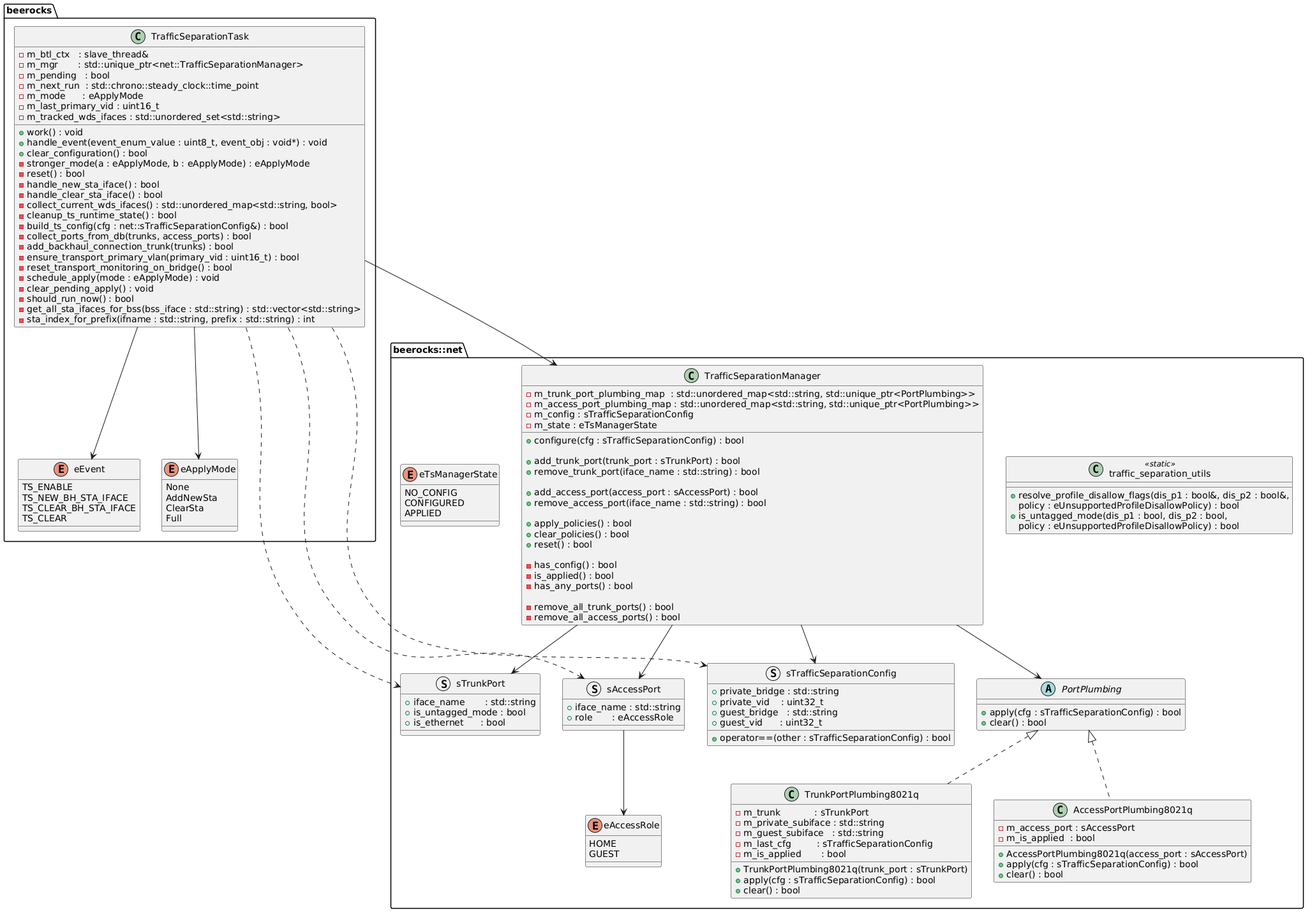
This is documentation/images/plantuml/agent/traffic_separation/ts_ClassD.png from CodeLinaro-mirror/qsdk_oss_prpl-foundation_prplmesh_prplMesh, a PlantUML export, as it was before one commit.
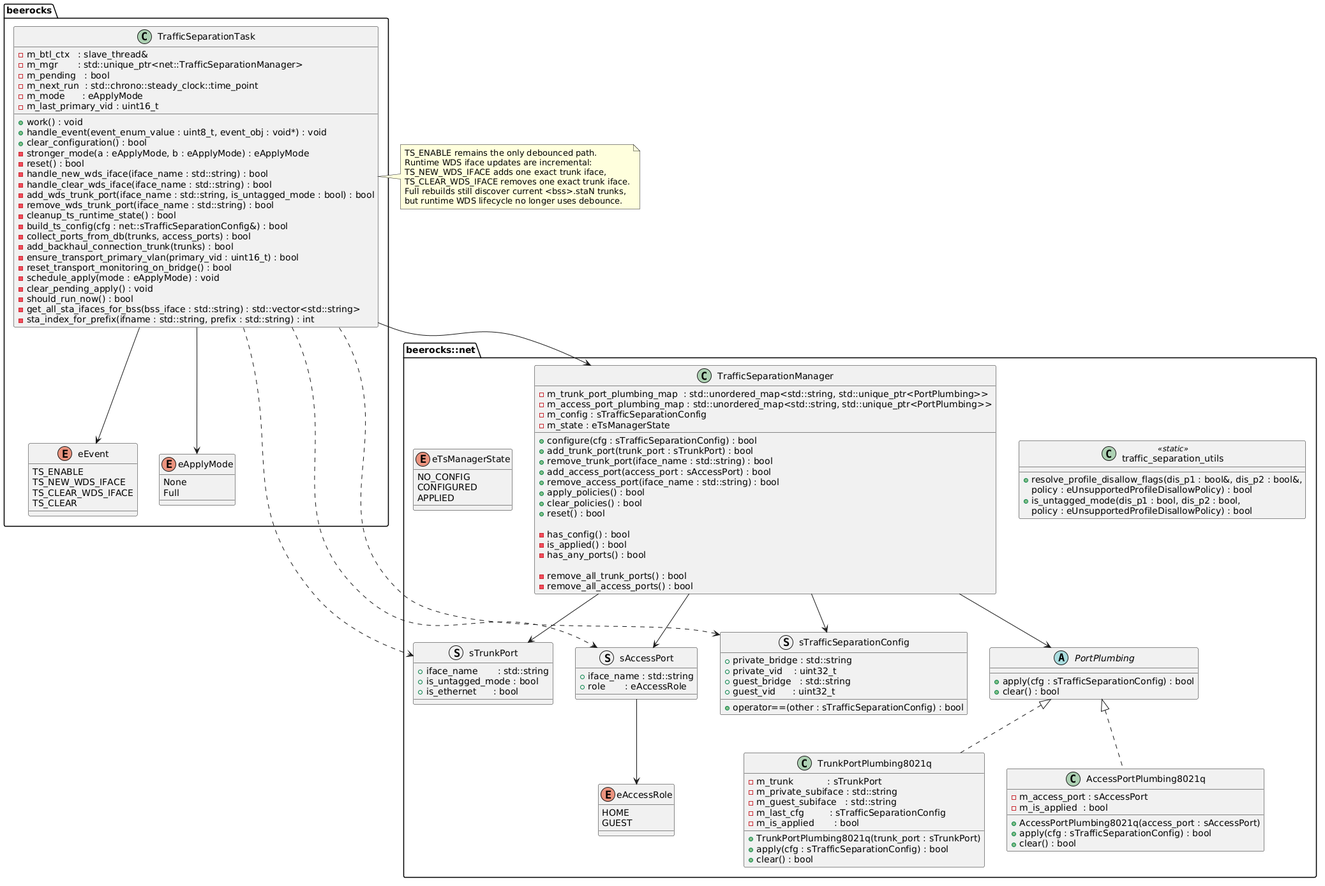
Above is the later version.

Diff of the diagram source:
```diff
@@ -7,15 +7,15 @@
     -m_next_run  : std::chrono::steady_clock::time_point
     -m_mode      : eApplyMode
     -m_last_primary_vid : uint16_t
-    -m_tracked_wds_ifaces : std::unordered_set<std::string>
     +work() : void
     +handle_event(event_enum_value : uint8_t, event_obj : void*) : void
     +clear_configuration() : bool
     -stronger_mode(a : eApplyMode, b : eApplyMode) : eApplyMode
     -reset() : bool
-    -handle_new_sta_iface() : bool
-    -handle_clear_sta_iface() : bool
-    -collect_current_wds_ifaces() : std::unordered_map<std::string, bool>
+    -handle_new_wds_iface(iface_name : std::string) : bool
+    -handle_clear_wds_iface(iface_name : std::string) : bool
+    -add_wds_trunk_port(iface_name : std::string, is_untagged_mode : bool) : bool
+    -remove_wds_trunk_port(iface_name : std::string) : bool
     -cleanup_ts_runtime_state() : bool
     -build_ts_config(cfg : net::sTrafficSeparationConfig&) : bool
     -collect_ports_from_db(trunks, access_ports) : bool
@@ -31,15 +31,13 @@
 
   enum eEvent {
     TS_ENABLE
-    TS_NEW_BH_STA_IFACE
-    TS_CLEAR_BH_STA_IFACE
+    TS_NEW_WDS_IFACE
+    TS_CLEAR_WDS_IFACE
     TS_CLEAR
   }
 
   enum eApplyMode {
     None
-    AddNewSta
-    ClearSta
     Full
   }
 }
@@ -105,15 +103,11 @@
     -m_access_port_plumbing_map : std::unordered_map<std::string, std::unique_ptr<PortPlumbing>>
     -m_config : sTrafficSeparationConfig
     -m_state : eTsManagerState
-
     +configure(cfg : sTrafficSeparationConfig) : bool
-
     +add_trunk_port(trunk_port : sTrunkPort) : bool
     +remove_trunk_port(iface_name : std::string) : bool
-
     +add_access_port(access_port : sAccessPort) : bool
     +remove_access_port(iface_name : std::string) : bool
-
     +apply_policies() : bool
     +clear_policies() : bool
     +reset() : bool
@@ -149,4 +143,13 @@
 TrafficSeparationManager --> sTrunkPort
 TrafficSeparationManager --> sAccessPort
 TrafficSeparationManager --> sTrafficSeparationConfig
+
+note right of TrafficSeparationTask
+  TS_ENABLE remains the only debounced path.
+  Runtime WDS iface updates are incremental:
+  TS_NEW_WDS_IFACE adds one exact trunk iface,
+  TS_CLEAR_WDS_IFACE removes one exact trunk iface.
+  Full rebuilds still discover current <bss>.staN trunks,
+  but runtime WDS lifecycle no longer uses debounce.
+end note
 @enduml
```
